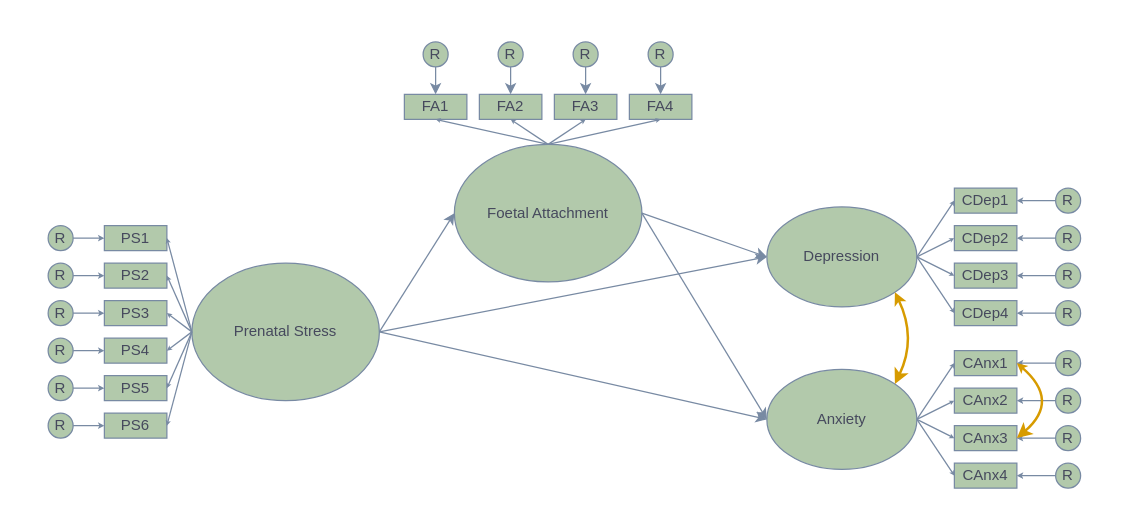
The draw.io diagram SEM diagram.drawio in Lauderis/temp_use, before the edit. Source tidied: cells renumbered, new cells numbered last; positions are measured from the earlier drawing's top-left corner, leaving out a move shared by most shapes. Both pictures are drawn from the tidied source at 125%, with x=0, y=0 at pixel (48, 41).
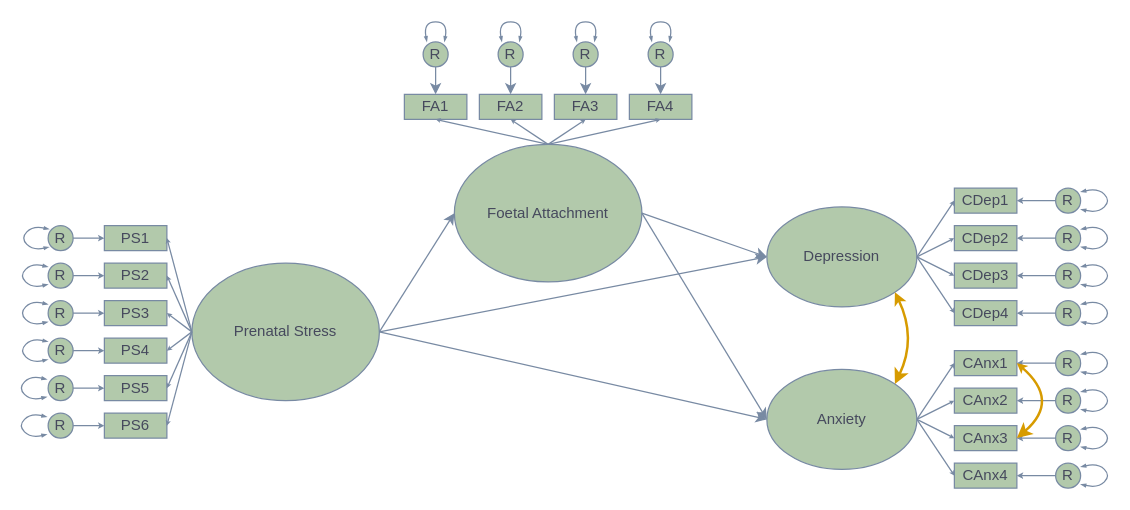
After the change.

The edit, as a diff of the source:
```diff
@@
+    <mxCell id="85" style="endArrow=blockThin;startArrow=blockThin;html=1;strokeColor=#788AA3;fontColor=#46495D;fillColor=#B2C9AB;entryX=0;entryY=0;entryDx=0;entryDy=0;curved=1;startFill=1;endFill=1;exitX=0;exitY=1;exitDx=0;exitDy=0;endSize=2;startSize=2;" parent="1" edge="1">
+      <mxGeometry relative="1" as="geometry">
+        <mxPoint x="0.9" y="164.1" as="sourcePoint" />
+        <mxPoint x="0.9" y="149.9" as="targetPoint" />
+        <Array as="points">
+          <mxPoint x="-12" y="167" />
+          <mxPoint x="-22" y="157" />
+          <mxPoint x="-12" y="147" />
+        </Array>
+      </mxGeometry>
+    </mxCell>
+    <mxCell id="86" style="endArrow=blockThin;startArrow=blockThin;html=1;strokeColor=#788AA3;fontColor=#46495D;fillColor=#B2C9AB;entryX=0;entryY=0;entryDx=0;entryDy=0;curved=1;startFill=1;endFill=1;exitX=0;exitY=1;exitDx=0;exitDy=0;endSize=2;startSize=2;" parent="1" edge="1">
+      <mxGeometry relative="1" as="geometry">
+        <mxPoint y="194" as="sourcePoint" />
+        <mxPoint y="180" as="targetPoint" />
+        <Array as="points">
+          <mxPoint x="-13" y="197" />
+          <mxPoint x="-23" y="187" />
+          <mxPoint x="-13" y="177" />
+        </Array>
+      </mxGeometry>
+    </mxCell>
+    <mxCell id="87" style="endArrow=blockThin;startArrow=blockThin;html=1;strokeColor=#788AA3;fontColor=#46495D;fillColor=#B2C9AB;entryX=0;entryY=0;entryDx=0;entryDy=0;curved=1;startFill=1;endFill=1;exitX=0;exitY=1;exitDx=0;exitDy=0;endSize=2;startSize=2;" parent="1" edge="1">
+      <mxGeometry relative="1" as="geometry">
+        <mxPoint y="224" as="sourcePoint" />
+        <mxPoint y="210" as="targetPoint" />
+        <Array as="points">
+          <mxPoint x="-13" y="227" />
+          <mxPoint x="-23" y="217" />
+          <mxPoint x="-13" y="207" />
+        </Array>
+      </mxGeometry>
+    </mxCell>
+    <mxCell id="88" style="endArrow=blockThin;startArrow=blockThin;html=1;strokeColor=#788AA3;fontColor=#46495D;fillColor=#B2C9AB;entryX=0;entryY=0;entryDx=0;entryDy=0;curved=1;startFill=1;endFill=1;exitX=0;exitY=1;exitDx=0;exitDy=0;endSize=2;startSize=2;" parent="1" edge="1">
+      <mxGeometry relative="1" as="geometry">
+        <mxPoint y="254.1" as="sourcePoint" />
+        <mxPoint y="239.9" as="targetPoint" />
+        <Array as="points">
+          <mxPoint x="-12.9" y="257" />
+          <mxPoint x="-22.9" y="247" />
+          <mxPoint x="-12.9" y="237" />
+        </Array>
+      </mxGeometry>
+    </mxCell>
+    <mxCell id="89" style="endArrow=blockThin;startArrow=blockThin;html=1;strokeColor=#788AA3;fontColor=#46495D;fillColor=#B2C9AB;entryX=0;entryY=0;entryDx=0;entryDy=0;curved=1;startFill=1;endFill=1;exitX=0;exitY=1;exitDx=0;exitDy=0;endSize=2;startSize=2;" parent="1" edge="1">
+      <mxGeometry relative="1" as="geometry">
+        <mxPoint x="-0.9" y="284" as="sourcePoint" />
+        <mxPoint x="-0.9" y="270" as="targetPoint" />
+        <Array as="points">
+          <mxPoint x="-13.9" y="287" />
+          <mxPoint x="-23.9" y="277" />
+          <mxPoint x="-13.9" y="267" />
+        </Array>
+      </mxGeometry>
+    </mxCell>
+    <mxCell id="90" style="endArrow=blockThin;startArrow=blockThin;html=1;strokeColor=#788AA3;fontColor=#46495D;fillColor=#B2C9AB;entryX=0;entryY=0;entryDx=0;entryDy=0;curved=1;startFill=1;endFill=1;exitX=0;exitY=1;exitDx=0;exitDy=0;endSize=2;startSize=2;" parent="1" edge="1">
+      <mxGeometry relative="1" as="geometry">
+        <mxPoint x="-0.9" y="314" as="sourcePoint" />
+        <mxPoint x="-0.9" y="300" as="targetPoint" />
+        <Array as="points">
+          <mxPoint x="-13.9" y="317" />
+          <mxPoint x="-23.9" y="307" />
+          <mxPoint x="-13.9" y="297" />
+        </Array>
+      </mxGeometry>
+    </mxCell>
+    <mxCell id="91" style="endArrow=blockThin;startArrow=blockThin;html=1;strokeColor=#788AA3;fontColor=#46495D;fillColor=#B2C9AB;endSize=2;startSize=2;startFill=1;endFill=1;curved=1;entryX=1;entryY=0;entryDx=0;entryDy=0;exitX=1;exitY=1;exitDx=0;exitDy=0;" parent="1" edge="1">
+      <mxGeometry relative="1" as="geometry">
+        <mxPoint x="826" y="134" as="sourcePoint" />
+        <mxPoint x="826" y="120" as="targetPoint" />
+        <Array as="points">
+          <mxPoint x="840" y="137" />
+          <mxPoint x="850" y="127" />
+          <mxPoint x="840" y="117" />
+        </Array>
+      </mxGeometry>
+    </mxCell>
+    <mxCell id="92" style="endArrow=blockThin;startArrow=blockThin;html=1;strokeColor=#788AA3;fontColor=#46495D;fillColor=#B2C9AB;endSize=2;startSize=2;startFill=1;endFill=1;curved=1;entryX=1;entryY=0;entryDx=0;entryDy=0;exitX=1;exitY=1;exitDx=0;exitDy=0;" parent="1" edge="1">
+      <mxGeometry relative="1" as="geometry">
+        <mxPoint x="826" y="164" as="sourcePoint" />
+        <mxPoint x="826" y="150" as="targetPoint" />
+        <Array as="points">
+          <mxPoint x="840" y="167" />
+          <mxPoint x="850" y="157" />
+          <mxPoint x="840" y="147" />
+        </Array>
+      </mxGeometry>
+    </mxCell>
+    <mxCell id="93" style="endArrow=blockThin;startArrow=blockThin;html=1;strokeColor=#788AA3;fontColor=#46495D;fillColor=#B2C9AB;endSize=2;startSize=2;startFill=1;endFill=1;curved=1;entryX=1;entryY=0;entryDx=0;entryDy=0;exitX=1;exitY=1;exitDx=0;exitDy=0;" parent="1" edge="1">
+      <mxGeometry relative="1" as="geometry">
+        <mxPoint x="826" y="194" as="sourcePoint" />
+        <mxPoint x="826" y="180" as="targetPoint" />
+        <Array as="points">
+          <mxPoint x="840" y="197" />
+          <mxPoint x="850" y="187" />
+          <mxPoint x="840" y="177" />
+        </Array>
+      </mxGeometry>
+    </mxCell>
+    <mxCell id="94" style="endArrow=blockThin;startArrow=blockThin;html=1;strokeColor=#788AA3;fontColor=#46495D;fillColor=#B2C9AB;endSize=2;startSize=2;startFill=1;endFill=1;curved=1;entryX=1;entryY=0;entryDx=0;entryDy=0;exitX=1;exitY=1;exitDx=0;exitDy=0;" parent="1" edge="1">
+      <mxGeometry relative="1" as="geometry">
+        <mxPoint x="826" y="224" as="sourcePoint" />
+        <mxPoint x="826" y="210" as="targetPoint" />
+        <Array as="points">
+          <mxPoint x="840" y="227" />
+          <mxPoint x="850" y="217" />
+          <mxPoint x="840" y="207" />
+        </Array>
+      </mxGeometry>
+    </mxCell>
+    <mxCell id="95" style="endArrow=blockThin;startArrow=blockThin;html=1;strokeColor=#788AA3;fontColor=#46495D;fillColor=#B2C9AB;endSize=2;startSize=2;startFill=1;endFill=1;curved=1;entryX=1;entryY=0;entryDx=0;entryDy=0;exitX=1;exitY=1;exitDx=0;exitDy=0;" parent="1" edge="1">
+      <mxGeometry relative="1" as="geometry">
+        <mxPoint x="826" y="264" as="sourcePoint" />
+        <mxPoint x="826" y="250" as="targetPoint" />
+        <Array as="points">
+          <mxPoint x="840" y="267" />
+          <mxPoint x="850" y="257" />
+          <mxPoint x="840" y="247" />
+        </Array>
+      </mxGeometry>
+    </mxCell>
+    <mxCell id="96" style="endArrow=blockThin;startArrow=blockThin;html=1;strokeColor=#788AA3;fontColor=#46495D;fillColor=#B2C9AB;endSize=2;startSize=2;startFill=1;endFill=1;curved=1;entryX=1;entryY=0;entryDx=0;entryDy=0;exitX=1;exitY=1;exitDx=0;exitDy=0;" parent="1" edge="1">
+      <mxGeometry relative="1" as="geometry">
+        <mxPoint x="826" y="294" as="sourcePoint" />
+        <mxPoint x="826" y="280" as="targetPoint" />
+        <Array as="points">
+          <mxPoint x="840" y="297" />
+          <mxPoint x="850" y="287" />
+          <mxPoint x="840" y="277" />
+        </Array>
+      </mxGeometry>
+    </mxCell>
+    <mxCell id="97" style="endArrow=blockThin;startArrow=blockThin;html=1;strokeColor=#788AA3;fontColor=#46495D;fillColor=#B2C9AB;endSize=2;startSize=2;startFill=1;endFill=1;curved=1;entryX=1;entryY=0;entryDx=0;entryDy=0;exitX=1;exitY=1;exitDx=0;exitDy=0;" parent="1" edge="1">
+      <mxGeometry relative="1" as="geometry">
+        <mxPoint x="826" y="324" as="sourcePoint" />
+        <mxPoint x="826" y="310" as="targetPoint" />
+        <Array as="points">
+          <mxPoint x="840" y="327" />
+          <mxPoint x="850" y="317" />
+          <mxPoint x="840" y="307" />
+        </Array>
+      </mxGeometry>
+    </mxCell>
+    <mxCell id="98" style="endArrow=blockThin;startArrow=blockThin;html=1;strokeColor=#788AA3;fontColor=#46495D;fillColor=#B2C9AB;endSize=2;startSize=2;startFill=1;endFill=1;curved=1;entryX=1;entryY=0;entryDx=0;entryDy=0;exitX=1;exitY=1;exitDx=0;exitDy=0;" parent="1" edge="1">
+      <mxGeometry relative="1" as="geometry">
+        <mxPoint x="826" y="354" as="sourcePoint" />
+        <mxPoint x="826" y="340" as="targetPoint" />
+        <Array as="points">
+          <mxPoint x="840" y="357" />
+          <mxPoint x="850" y="347" />
+          <mxPoint x="840" y="337" />
+        </Array>
+      </mxGeometry>
+    </mxCell>
+    <mxCell id="99" style="endArrow=blockThin;startArrow=blockThin;html=1;strokeColor=#788AA3;fontColor=#46495D;fillColor=#B2C9AB;endSize=2;startSize=2;startFill=1;endFill=1;curved=1;entryX=1;entryY=0;entryDx=0;entryDy=0;exitX=0;exitY=0;exitDx=0;exitDy=0;" parent="1" edge="1">
+      <mxGeometry relative="1" as="geometry">
+        <mxPoint x="303" as="sourcePoint" />
+        <mxPoint x="317" as="targetPoint" />
+        <Array as="points">
+          <mxPoint x="300" y="-16" />
+          <mxPoint x="320" y="-16" />
+        </Array>
+      </mxGeometry>
+    </mxCell>
+    <mxCell id="100" style="endArrow=blockThin;startArrow=blockThin;html=1;strokeColor=#788AA3;fontColor=#46495D;fillColor=#B2C9AB;endSize=2;startSize=2;startFill=1;endFill=1;curved=1;entryX=1;entryY=0;entryDx=0;entryDy=0;exitX=0;exitY=0;exitDx=0;exitDy=0;" parent="1" edge="1">
+      <mxGeometry relative="1" as="geometry">
+        <mxPoint x="363" as="sourcePoint" />
+        <mxPoint x="377" as="targetPoint" />
+        <Array as="points">
+          <mxPoint x="360" y="-16" />
+          <mxPoint x="380" y="-16" />
+        </Array>
+      </mxGeometry>
+    </mxCell>
+    <mxCell id="101" style="endArrow=blockThin;startArrow=blockThin;html=1;strokeColor=#788AA3;fontColor=#46495D;fillColor=#B2C9AB;endSize=2;startSize=2;startFill=1;endFill=1;curved=1;entryX=1;entryY=0;entryDx=0;entryDy=0;exitX=0;exitY=0;exitDx=0;exitDy=0;" parent="1" edge="1">
+      <mxGeometry relative="1" as="geometry">
+        <mxPoint x="423" as="sourcePoint" />
+        <mxPoint x="437" as="targetPoint" />
+        <Array as="points">
+          <mxPoint x="420" y="-16" />
+          <mxPoint x="440" y="-16" />
+        </Array>
+      </mxGeometry>
+    </mxCell>
+    <mxCell id="102" style="endArrow=blockThin;startArrow=blockThin;html=1;strokeColor=#788AA3;fontColor=#46495D;fillColor=#B2C9AB;endSize=2;startSize=2;startFill=1;endFill=1;curved=1;entryX=1;entryY=0;entryDx=0;entryDy=0;exitX=0;exitY=0;exitDx=0;exitDy=0;" parent="1" edge="1">
+      <mxGeometry relative="1" as="geometry">
+        <mxPoint x="483" as="sourcePoint" />
+        <mxPoint x="497" as="targetPoint" />
+        <Array as="points">
+          <mxPoint x="480" y="-16" />
+          <mxPoint x="500" y="-16" />
+        </Array>
+      </mxGeometry>
+    </mxCell>
```
